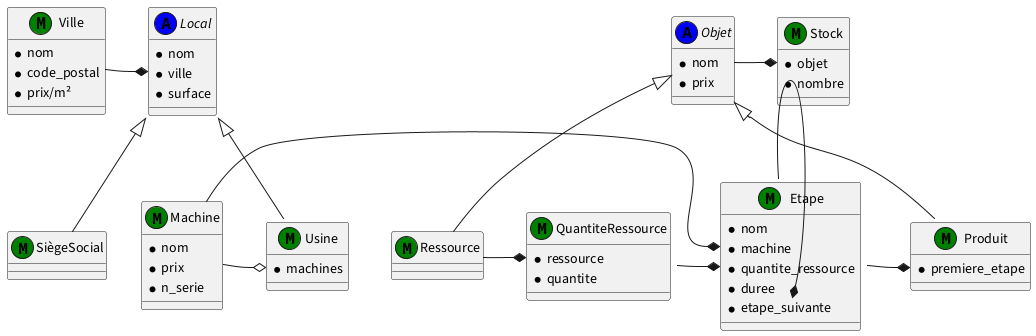
Above: media/crayon.png in nim65s/teach-legacy (PlantUML), before the change. Its diagram source:
```plantuml
@startuml

class Ville << (M,green) >> {
    *nom
    *code_postal
    *prix/m²
}

abstract Local << (A,blue) >> {
    *nom
    *ville
    *surface
}

class SiègeSocial << (M,green) >> {
}

class Usine << (M,green) >> {
    *machines
}

class Machine << (M,green) >> {
    *nom
    *prix
    *n_serie
}

abstract Objet << (A,blue) >> {
    *nom
    *prix
}

class Produit << (M,green) >> {
    *premiere_etape
}

class Ressource << (M,green) >> {
}

class QuantiteRessource << (M,green) >> {
    *ressource
    *quantite
}

class Stock << (M,green) >> {
    *objet
    *nombre
}

class Etape << (M,green) >> {
    *nom
    *machine
    *quantite_ressource
    *duree
    *etape_suivante
}


Objet <|-- Produit
Objet <|-- Ressource
Local <|-- Usine
Local <|-- SiègeSocial
Ville -* Local::ville
Machine -o Usine::machine
Machine -* Etape::machine
Etape -* Produit::premiere_etape
Etape::etape_suivante *-right- Etape
Ressource -* QuantiteRessource::ressource
QuantiteRessource -* Etape::quantite_ressource
Objet -* Stock::objet

@enduml
```
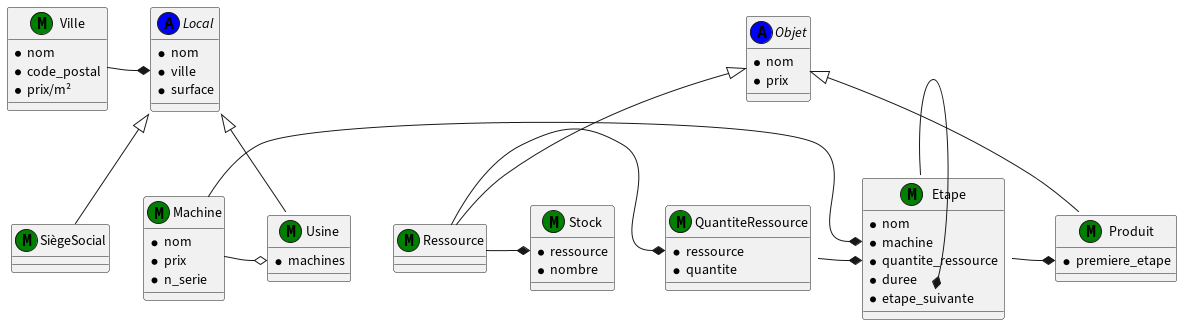
The same diagram one commit later.

What changed in the source:
```diff
@@ -43,7 +43,7 @@
 }
 
 class Stock << (M,green) >> {
-    *objet
+    *ressource
     *nombre
 }
 
@@ -67,6 +67,6 @@
 Etape::etape_suivante *-right- Etape
 Ressource -* QuantiteRessource::ressource
 QuantiteRessource -* Etape::quantite_ressource
-Objet -* Stock::objet
+Ressource -* Stock::ressource
 
 @enduml
```
